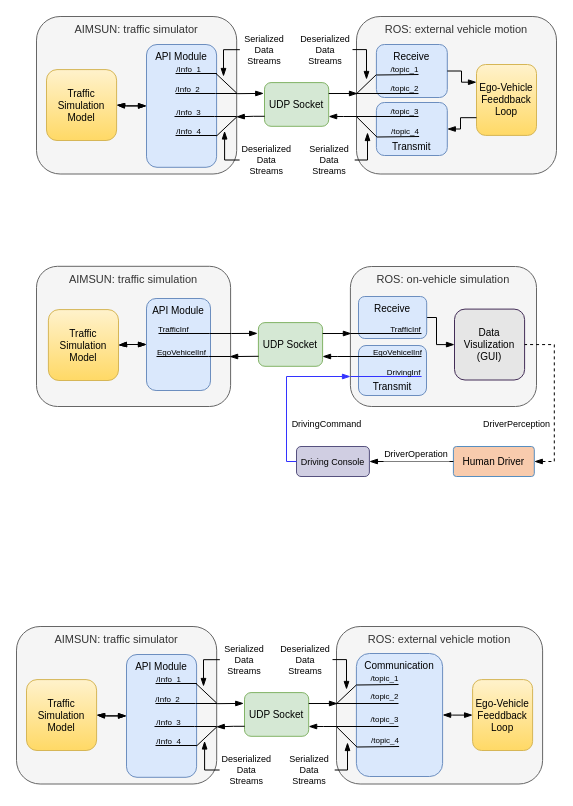
LimingGao/draw_io keeps this draw.io diagram as page "Page-1" (1 of 2) of ROS_AIMSUN_Bridge.drawio. Above is the earlier version. Source tidied: cells renumbered, new cells numbered last; positions are measured from the earlier drawing's top-left corner, leaving out a move shared by most shapes. Both pictures are drawn from the tidied source at 100%, with x=0, y=0 at pixel (16, 16).
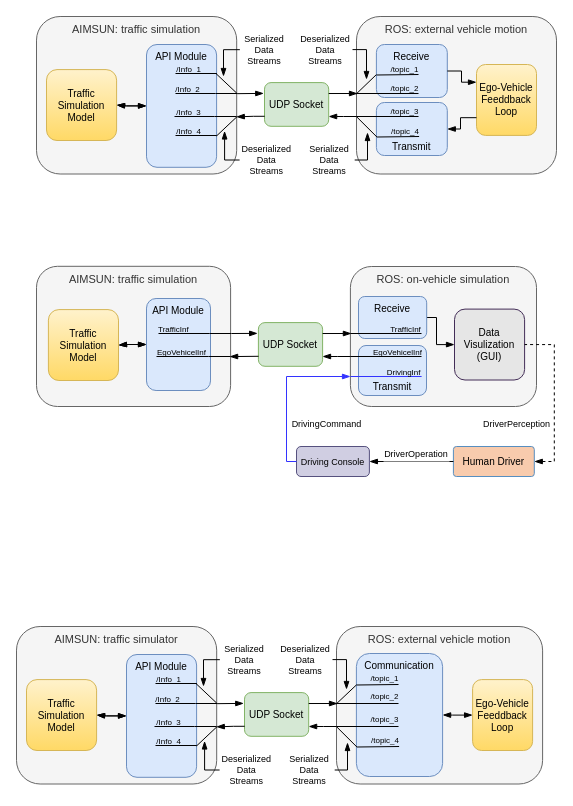
The same page after the edit.

Change to the diagram source:
```diff
@@
-    <mxCell id="69" value="AIMSUN: traffic simulator" style="rounded=1;align=center;verticalAlign=top;fontSize=11;fontStyle=0;strokeColor=#666666;fillColor=#f5f5f5;fontColor=#333333;glass=0;" parent="1" vertex="1">
+    <mxCell id="69" value="AIMSUN: traffic simulation" style="rounded=1;align=center;verticalAlign=top;fontSize=11;fontStyle=0;strokeColor=#666666;fillColor=#f5f5f5;fontColor=#333333;glass=0;" parent="1" vertex="1">
       <mxGeometry x="20" width="200.2" height="157.5" as="geometry" />
     </mxCell>
```
